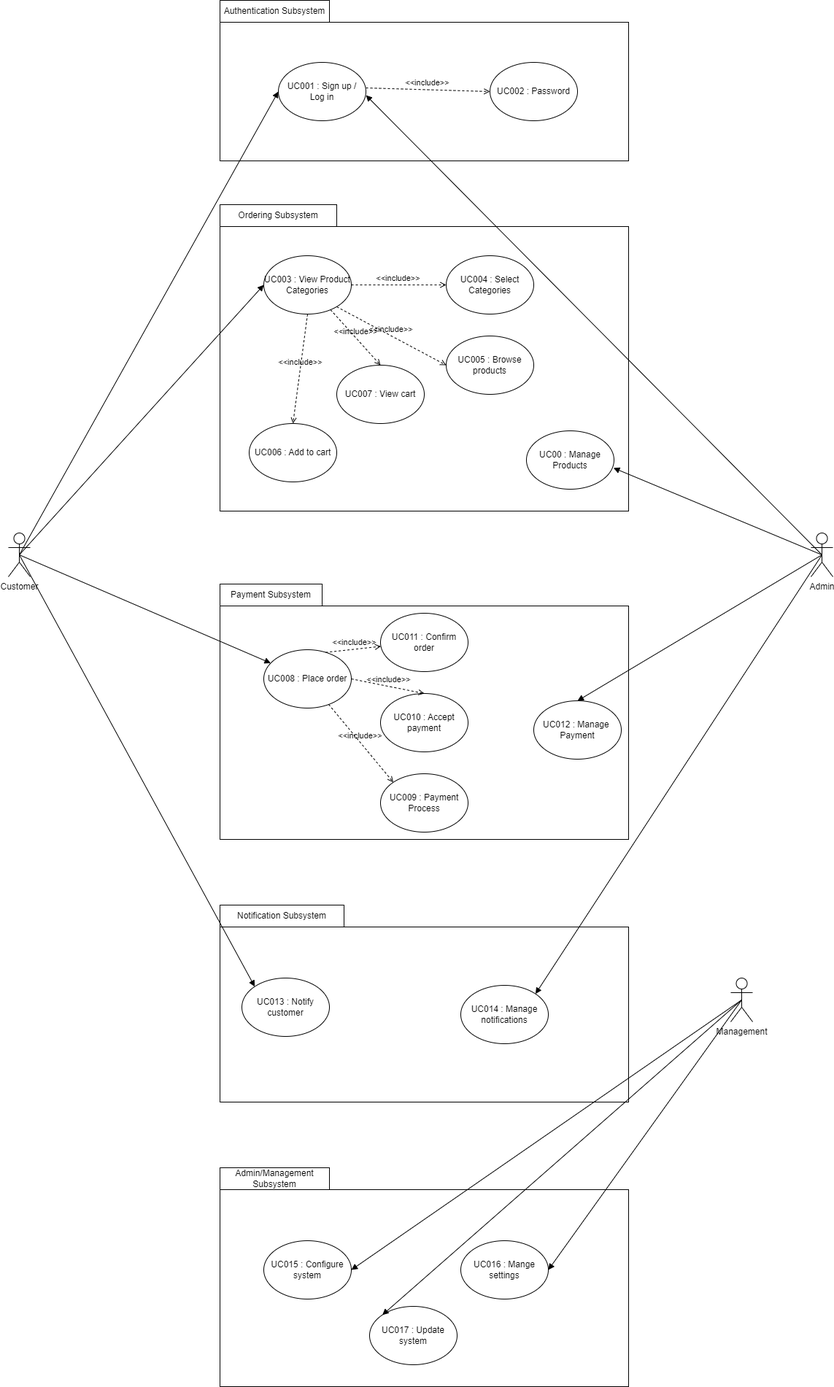
Before: proposal/submission/sec02/Allen/diagram.png, a diagram exported from draw.io (drshahizan/software-engineering). Source tidied: cells renumbered, new cells last; positions are measured from the earlier drawing's top-left corner, leaving out a move shared by most shapes.
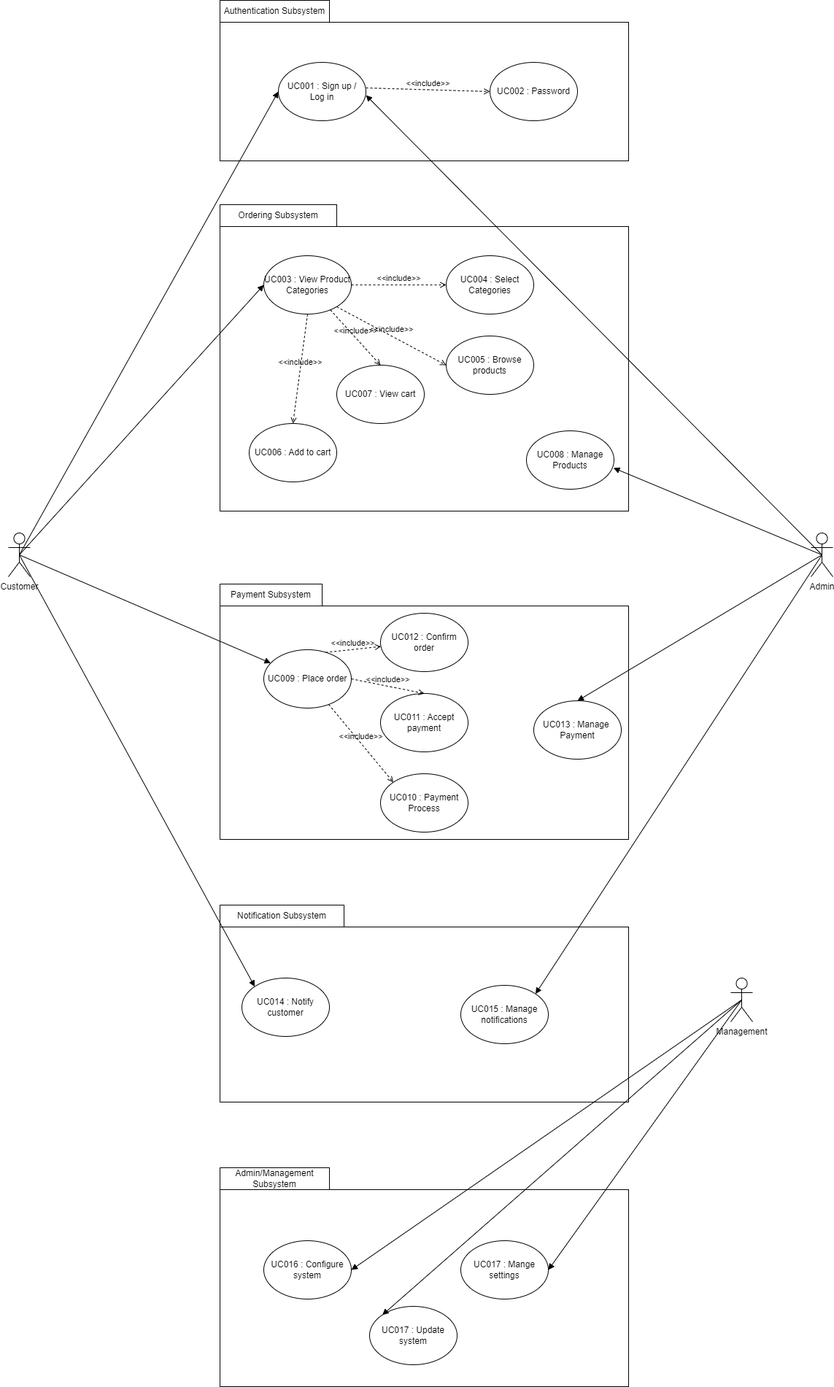
Later version of the same file.

The edit, as a diff of the source:
```diff
@@ -29,7 +29,7 @@
     <mxCell id="10" value="UC005 : Browse products" style="ellipse;whiteSpace=wrap;html=1;" parent="1" vertex="1">
       <mxGeometry x="600" y="460" width="120" height="80" as="geometry" />
     </mxCell>
-    <mxCell id="11" value="UC00 : Manage Products" style="ellipse;whiteSpace=wrap;html=1;" parent="1" vertex="1">
+    <mxCell id="11" value="UC008 : Manage Products" style="ellipse;whiteSpace=wrap;html=1;" parent="1" vertex="1">
       <mxGeometry x="710" y="590" width="120" height="80" as="geometry" />
     </mxCell>
     <mxCell id="12" value="UC006 : Add to cart" style="ellipse;whiteSpace=wrap;html=1;" parent="1" vertex="1">
@@ -44,19 +44,19 @@
     <mxCell id="15" value="Payment Subsystem" style="rounded=0;whiteSpace=wrap;html=1;" parent="1" vertex="1">
       <mxGeometry x="290" y="800" width="140" height="30" as="geometry" />
     </mxCell>
-    <mxCell id="16" value="UC008 : Place order" style="ellipse;whiteSpace=wrap;html=1;" parent="1" vertex="1">
+    <mxCell id="16" value="UC009 : Place order" style="ellipse;whiteSpace=wrap;html=1;" parent="1" vertex="1">
       <mxGeometry x="350" y="890" width="120" height="80" as="geometry" />
     </mxCell>
-    <mxCell id="17" value="UC011 : Confirm order" style="ellipse;whiteSpace=wrap;html=1;" parent="1" vertex="1">
+    <mxCell id="17" value="UC012 : Confirm order" style="ellipse;whiteSpace=wrap;html=1;" parent="1" vertex="1">
       <mxGeometry x="510" y="840" width="120" height="80" as="geometry" />
     </mxCell>
-    <mxCell id="18" value="UC009 : Payment Process" style="ellipse;whiteSpace=wrap;html=1;" parent="1" vertex="1">
+    <mxCell id="18" value="UC010 : Payment Process" style="ellipse;whiteSpace=wrap;html=1;" parent="1" vertex="1">
       <mxGeometry x="510" y="1060" width="120" height="80" as="geometry" />
     </mxCell>
-    <mxCell id="19" value="UC010 : Accept payment" style="ellipse;whiteSpace=wrap;html=1;" parent="1" vertex="1">
+    <mxCell id="19" value="UC011 : Accept payment" style="ellipse;whiteSpace=wrap;html=1;" parent="1" vertex="1">
       <mxGeometry x="510" y="950" width="120" height="80" as="geometry" />
     </mxCell>
-    <mxCell id="20" value="UC012 : Manage&amp;nbsp; Payment" style="ellipse;whiteSpace=wrap;html=1;" parent="1" vertex="1">
+    <mxCell id="20" value="UC013 : Manage&amp;nbsp; Payment" style="ellipse;whiteSpace=wrap;html=1;" parent="1" vertex="1">
       <mxGeometry x="720" y="960" width="120" height="80" as="geometry" />
     </mxCell>
     <mxCell id="21" style="rounded=0;whiteSpace=wrap;html=1;" parent="1" vertex="1">
@@ -65,10 +65,10 @@
     <mxCell id="22" value="Notification Subsystem" style="rounded=0;whiteSpace=wrap;html=1;" parent="1" vertex="1">
       <mxGeometry x="290" y="1240" width="170" height="30" as="geometry" />
     </mxCell>
-    <mxCell id="23" value="UC013 : Notify customer" style="ellipse;whiteSpace=wrap;html=1;" parent="1" vertex="1">
+    <mxCell id="23" value="UC014 : Notify customer" style="ellipse;whiteSpace=wrap;html=1;" parent="1" vertex="1">
       <mxGeometry x="320" y="1340" width="120" height="80" as="geometry" />
     </mxCell>
-    <mxCell id="24" value="UC014 : Manage notifications" style="ellipse;whiteSpace=wrap;html=1;" parent="1" vertex="1">
+    <mxCell id="24" value="UC015 : Manage notifications" style="ellipse;whiteSpace=wrap;html=1;" parent="1" vertex="1">
       <mxGeometry x="620" y="1350" width="120" height="80" as="geometry" />
     </mxCell>
     <mxCell id="25" style="rounded=0;whiteSpace=wrap;html=1;" parent="1" vertex="1">
@@ -80,10 +80,10 @@
     <mxCell id="27" value="Admin/Management Subsystem" style="rounded=0;whiteSpace=wrap;html=1;" parent="1" vertex="1">
       <mxGeometry x="290" y="1600" width="150" height="30" as="geometry" />
     </mxCell>
-    <mxCell id="28" value="UC015 : Configure system" style="ellipse;whiteSpace=wrap;html=1;" parent="1" vertex="1">
+    <mxCell id="28" value="UC016 : Configure system" style="ellipse;whiteSpace=wrap;html=1;" parent="1" vertex="1">
       <mxGeometry x="350" y="1700" width="120" height="80" as="geometry" />
     </mxCell>
-    <mxCell id="29" value="UC016 : Mange settings" style="ellipse;whiteSpace=wrap;html=1;" parent="1" vertex="1">
+    <mxCell id="29" value="UC017 : Mange settings" style="ellipse;whiteSpace=wrap;html=1;" parent="1" vertex="1">
       <mxGeometry x="620" y="1700" width="120" height="80" as="geometry" />
     </mxCell>
     <mxCell id="30" value="UC017 : Update system" style="ellipse;whiteSpace=wrap;html=1;" parent="1" vertex="1">
```
